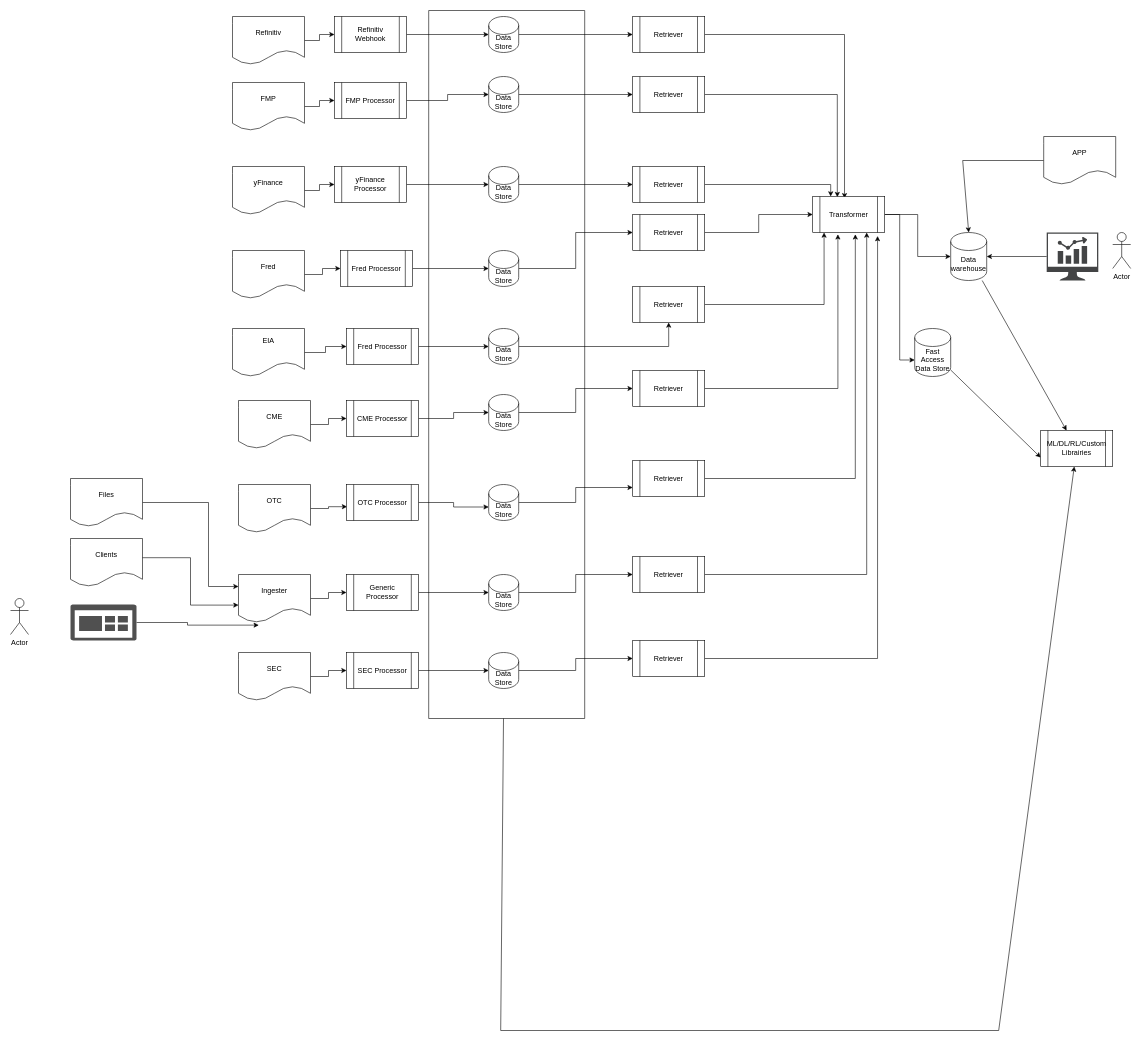
Before: Untitled Diagram.drawio in ancgate/WhereToLiveRecommender, a draw.io diagram. Source tidied: cells renumbered, new cells numbered last; positions are measured from the earlier drawing's top-left corner, leaving out a move shared by most shapes. Both pictures are drawn from the tidied source at 60%, with x=0, y=0 at pixel (10, 10).
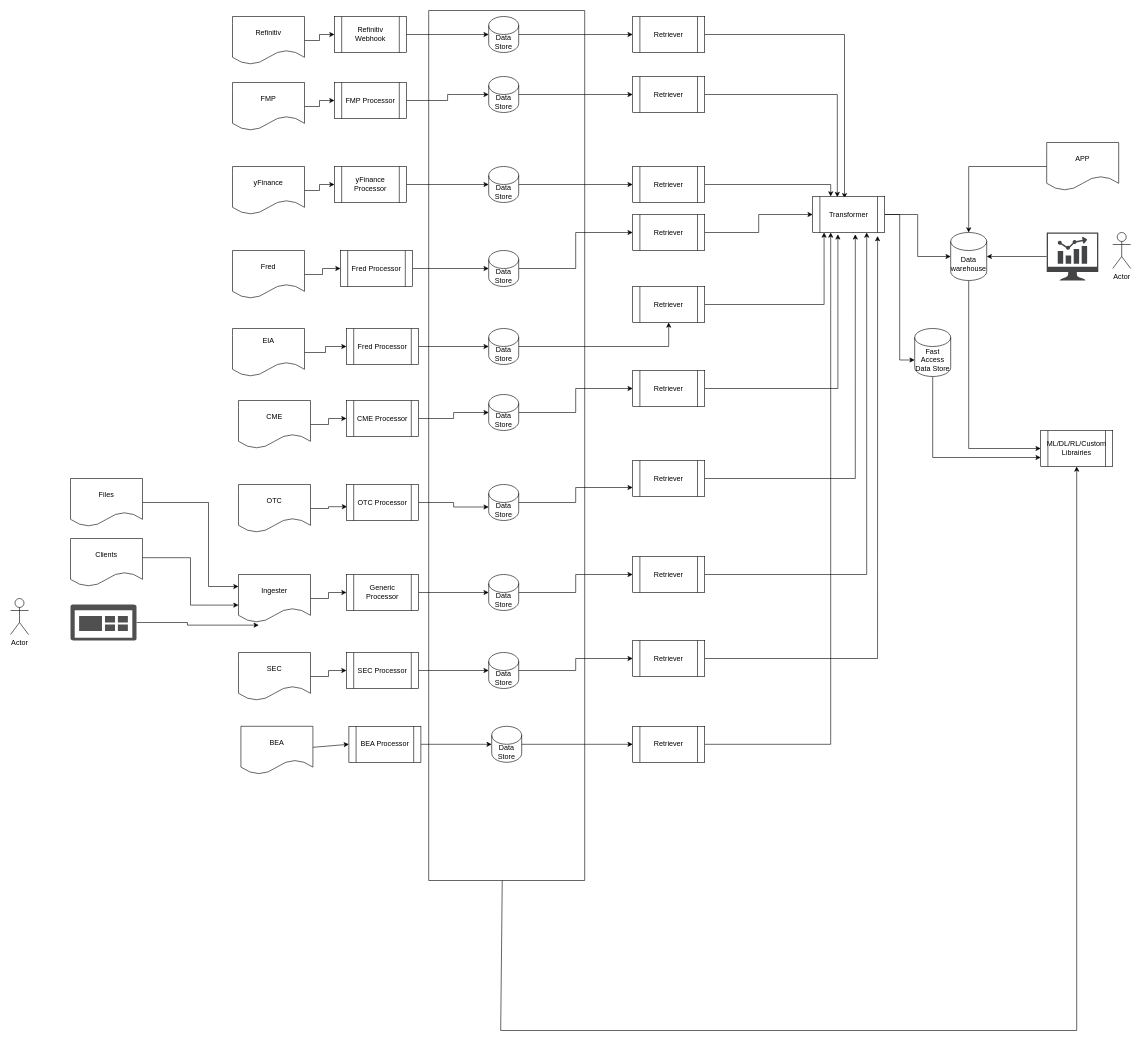
The same diagram, later.

The change refers to these unchanged cells:
```xml
<mxCell id="68" value="Transformer" style="shape=process;whiteSpace=wrap;html=1;backgroundOutline=1;" parent="1" vertex="1">
  <mxGeometry x="1337" y="310" width="120" height="60" as="geometry" />
</mxCell>
<mxCell id="70" value="Fast Access Data Store" style="shape=cylinder3;whiteSpace=wrap;html=1;boundedLbl=1;backgroundOutline=1;size=15;" parent="1" vertex="1">
  <mxGeometry x="1507" y="530" width="60" height="80" as="geometry" />
</mxCell>
<mxCell id="72" value="Data warehouse" style="shape=cylinder3;whiteSpace=wrap;html=1;boundedLbl=1;backgroundOutline=1;size=15;" parent="1" vertex="1">
  <mxGeometry x="1567" y="370" width="60" height="80" as="geometry" />
</mxCell>
<mxCell id="91" value="ML/DL/RL/Custom Librairies" style="shape=process;whiteSpace=wrap;html=1;backgroundOutline=1;" parent="1" vertex="1">
  <mxGeometry x="1717" y="700" width="120" height="60" as="geometry" />
</mxCell>
```

Change to the diagram source:
```diff
@@
     <mxCell id="69" style="edgeStyle=none;rounded=0;jettySize=auto;html=1;entryX=0;entryY=0.75;entryDx=0;entryDy=0;" parent="1" edge="1" source="70" target="91">
-      <mxGeometry relative="1" as="geometry" />
+      <mxGeometry relative="1" as="geometry">
+        <Array as="points">
+          <mxPoint x="1537" y="745" />
+        </Array>
+      </mxGeometry>
     </mxCell>
@@
     <mxCell id="71" style="edgeStyle=none;rounded=0;jettySize=auto;html=1;" parent="1" edge="1" source="72" target="91">
-      <mxGeometry relative="1" as="geometry" />
+      <mxGeometry relative="1" as="geometry">
+        <Array as="points">
+          <mxPoint x="1597" y="730" />
+        </Array>
+      </mxGeometry>
     </mxCell>
@@
     <mxCell id="92" style="edgeStyle=none;rounded=0;jettySize=auto;html=1;" parent="1" edge="1" source="93" target="91">
       <mxGeometry relative="1" as="geometry">
         <Array as="points">
           <mxPoint x="817" y="1700" />
-          <mxPoint x="1647" y="1700" />
+          <mxPoint x="1777" y="1700" />
         </Array>
       </mxGeometry>
     </mxCell>
     <mxCell id="93" style="swimlane;startSize=0;" parent="1" vertex="1">
-      <mxGeometry x="697" width="260" height="1180" as="geometry" />
+      <mxGeometry x="697" width="260" height="1450" as="geometry" />
     </mxCell>
+    <mxCell id="96" value="Data Store" style="shape=cylinder3;whiteSpace=wrap;html=1;boundedLbl=1;backgroundOutline=1;size=15;" parent="93" vertex="1">
+      <mxGeometry x="105" y="1193" width="50" height="60" as="geometry" />
+    </mxCell>
     <mxCell id="94" style="edgeStyle=none;rounded=0;jettySize=auto;html=1;entryX=0.5;entryY=0;entryDx=0;entryDy=0;entryPerimeter=0;" parent="1" edge="1" source="95" target="72">
       <mxGeometry relative="1" as="geometry">
         <Array as="points">
-          <mxPoint x="1587" y="250" />
+          <mxPoint x="1597" y="260" />
         </Array>
       </mxGeometry>
     </mxCell>
     <mxCell id="95" value="APP" style="shape=document;whiteSpace=wrap;html=1;boundedLbl=1;" parent="1" vertex="1">
-      <mxGeometry x="1722" y="210" width="120" height="80" as="geometry" />
+      <mxGeometry x="1727" y="220" width="120" height="80" as="geometry" />
     </mxCell>
+    <mxCell id="97" style="edgeStyle=none;rounded=0;jettySize=auto;html=1;entryX=0;entryY=0.5;entryDx=0;entryDy=0;" parent="1" edge="1" source="98" target="100">
+      <mxGeometry relative="1" as="geometry" />
+    </mxCell>
+    <mxCell id="98" value="BEA" style="shape=document;whiteSpace=wrap;html=1;boundedLbl=1;" parent="1" vertex="1">
+      <mxGeometry x="384" y="1193" width="120" height="80" as="geometry" />
+    </mxCell>
+    <mxCell id="99" style="edgeStyle=none;rounded=0;jettySize=auto;html=1;" parent="1" edge="1" source="100" target="96">
+      <mxGeometry relative="1" as="geometry" />
+    </mxCell>
+    <mxCell id="100" value="BEA Processor" style="shape=process;whiteSpace=wrap;html=1;backgroundOutline=1;" parent="1" vertex="1">
+      <mxGeometry x="564" y="1193" width="120" height="60" as="geometry" />
+    </mxCell>
+    <mxCell id="101" style="edgeStyle=none;rounded=0;jettySize=auto;html=1;entryX=0.25;entryY=1;entryDx=0;entryDy=0;" parent="1" edge="1" source="102" target="68">
+      <mxGeometry relative="1" as="geometry">
+        <Array as="points">
+          <mxPoint x="1367" y="1223" />
+        </Array>
+      </mxGeometry>
+    </mxCell>
+    <mxCell id="102" value="Retriever" style="shape=process;whiteSpace=wrap;html=1;backgroundOutline=1;" parent="1" vertex="1">
+      <mxGeometry x="1037" y="1193" width="120" height="60" as="geometry" />
+    </mxCell>
+    <mxCell id="103" style="edgeStyle=none;rounded=0;jettySize=auto;html=1;entryX=0;entryY=0.5;entryDx=0;entryDy=0;" parent="1" edge="1" source="96" target="102">
+      <mxGeometry relative="1" as="geometry" />
+    </mxCell>
```
